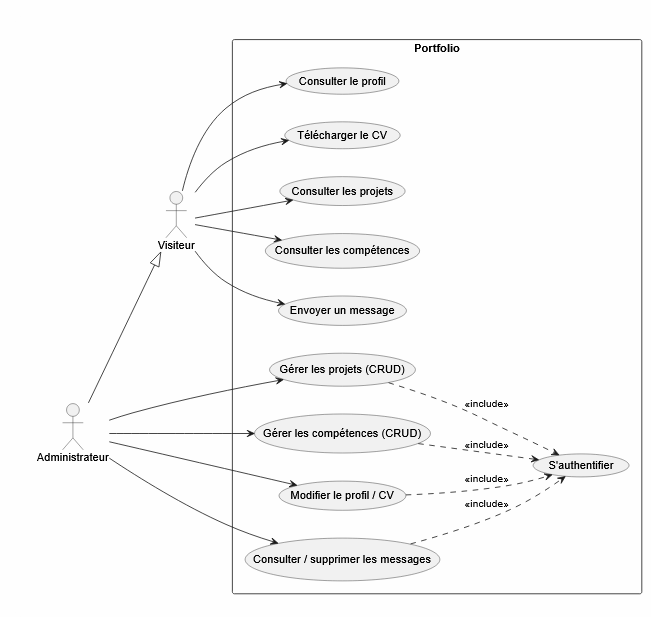
arthurlbrr/portfolio keeps this PlantUML diagram as docs/use-case.png. Above is the earlier version. Its source is kept beside it as docs/use-case.puml. Source of this version:
```plantuml
@startuml
left to right direction
actor Visiteur
actor Administrateur
Administrateur --|> Visiteur

rectangle Portfolio {
  usecase "Consulter le profil" as UC1
  usecase "Télécharger le CV" as UC2
  usecase "Consulter les projets" as UC3
  usecase "Consulter les compétences" as UC4
  usecase "Envoyer un message" as UC5
  usecase "S'authentifier" as UC6
  usecase "Gérer les projets (CRUD)" as UC7
  usecase "Gérer les compétences (CRUD)" as UC8
  usecase "Modifier le profil / CV" as UC9
  usecase "Consulter / supprimer les messages" as UC10
}

Visiteur --> UC1
Visiteur --> UC2
Visiteur --> UC3
Visiteur --> UC4
Visiteur --> UC5
Administrateur --> UC7
Administrateur --> UC8
Administrateur --> UC9
Administrateur --> UC10
UC7 ..> UC6 : <<include>>
UC8 ..> UC6 : <<include>>
UC9 ..> UC6 : <<include>>
UC10 ..> UC6 : <<include>>
@enduml
```
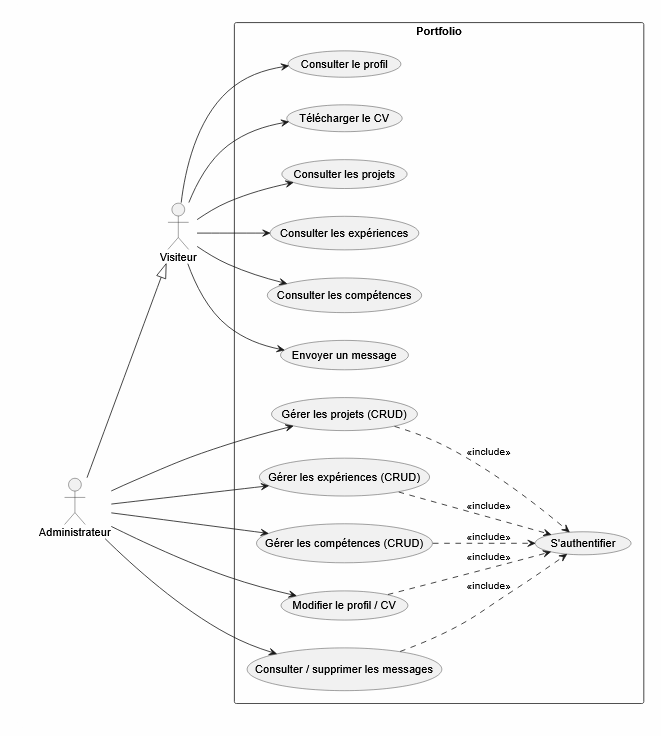
Later version of the same file.

Diff of the diagram source:
```diff
@@ -8,13 +8,15 @@
   usecase "Consulter le profil" as UC1
   usecase "Télécharger le CV" as UC2
   usecase "Consulter les projets" as UC3
-  usecase "Consulter les compétences" as UC4
-  usecase "Envoyer un message" as UC5
-  usecase "S'authentifier" as UC6
-  usecase "Gérer les projets (CRUD)" as UC7
-  usecase "Gérer les compétences (CRUD)" as UC8
-  usecase "Modifier le profil / CV" as UC9
-  usecase "Consulter / supprimer les messages" as UC10
+  usecase "Consulter les expériences" as UC4
+  usecase "Consulter les compétences" as UC5
+  usecase "Envoyer un message" as UC6
+  usecase "S'authentifier" as UC7
+  usecase "Gérer les projets (CRUD)" as UC8
+  usecase "Gérer les expériences (CRUD)" as UC9
+  usecase "Gérer les compétences (CRUD)" as UC10
+  usecase "Modifier le profil / CV" as UC11
+  usecase "Consulter / supprimer les messages" as UC12
 }
 
 Visiteur --> UC1
@@ -22,12 +24,15 @@
 Visiteur --> UC3
 Visiteur --> UC4
 Visiteur --> UC5
-Administrateur --> UC7
+Visiteur --> UC6
 Administrateur --> UC8
 Administrateur --> UC9
 Administrateur --> UC10
-UC7 ..> UC6 : <<include>>
-UC8 ..> UC6 : <<include>>
-UC9 ..> UC6 : <<include>>
-UC10 ..> UC6 : <<include>>
+Administrateur --> UC11
+Administrateur --> UC12
+UC8 ..> UC7 : <<include>>
+UC9 ..> UC7 : <<include>>
+UC10 ..> UC7 : <<include>>
+UC11 ..> UC7 : <<include>>
+UC12 ..> UC7 : <<include>>
 @enduml
```
